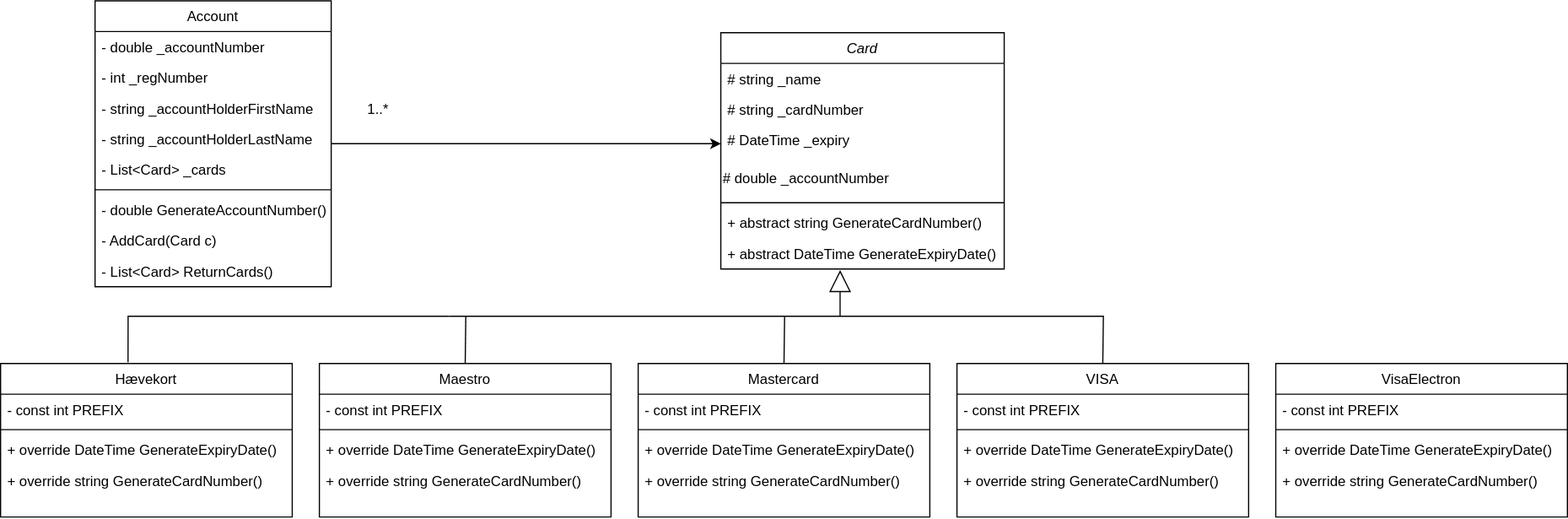
Earlier version of the draw.io export SOLID/MyBanker/bank.drawio.svg (rgammelby/H2). Source tidied: cells renumbered, new cells last; positions are measured from the earlier drawing's top-left corner, leaving out a move shared by most shapes.
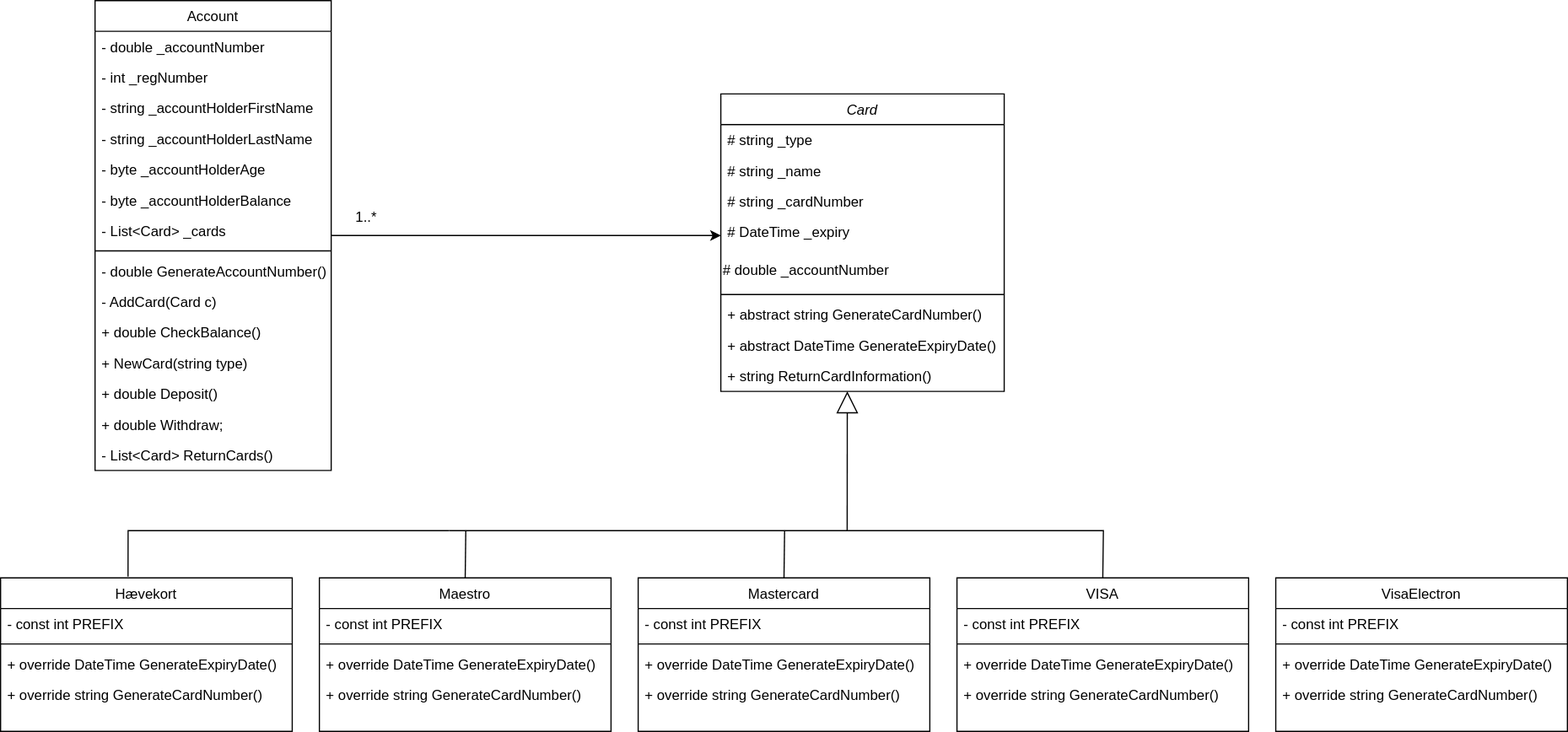
Later version of the same file.

Change to the diagram source:
```diff
@@ -3,29 +3,35 @@
     <mxCell id="0" />
     <mxCell id="1" parent="0" />
     <mxCell id="2" value="Card" style="swimlane;fontStyle=2;align=center;verticalAlign=top;horizontal=1;startSize=26;rounded=0;shadow=0;strokeWidth=1;" parent="1" vertex="1">
-      <mxGeometry x="610" y="27" width="240" height="200" as="geometry" />
+      <mxGeometry x="610" y="-103" width="240" height="252" as="geometry" />
     </mxCell>
+    <mxCell id="52" value="# string _type" style="text;align=left;verticalAlign=top;spacingLeft=4;spacingRight=4;overflow=hidden;" parent="2" vertex="1">
+      <mxGeometry y="26" width="240" height="26" as="geometry" />
+    </mxCell>
     <mxCell id="3" value="# string _name" style="text;align=left;verticalAlign=top;spacingLeft=4;spacingRight=4;overflow=hidden;" parent="2" vertex="1">
-      <mxGeometry y="26" width="240" height="26" as="geometry" />
+      <mxGeometry y="52" width="240" height="26" as="geometry" />
     </mxCell>
     <mxCell id="4" value="# string _cardNumber" style="text;align=left;verticalAlign=top;spacingLeft=4;spacingRight=4;overflow=hidden;rounded=0;shadow=0;html=0;" parent="2" vertex="1">
-      <mxGeometry y="52" width="240" height="26" as="geometry" />
+      <mxGeometry y="78" width="240" height="26" as="geometry" />
     </mxCell>
     <mxCell id="5" value="# DateTime _expiry&#10;&#10;" style="text;align=left;verticalAlign=top;spacingLeft=4;spacingRight=4;overflow=hidden;points=[[0,0.5],[1,0.5]];portConstraint=eastwest;rounded=0;shadow=0;html=0;" parent="2" vertex="1">
-      <mxGeometry y="78" width="240" height="32" as="geometry" />
+      <mxGeometry y="104" width="240" height="32" as="geometry" />
     </mxCell>
     <mxCell id="6" value="# double _accountNumber" style="text;whiteSpace=wrap;html=1;" parent="2" vertex="1">
-      <mxGeometry y="110" width="240" height="30" as="geometry" />
+      <mxGeometry y="136" width="240" height="30" as="geometry" />
     </mxCell>
     <mxCell id="7" style="line;html=1;strokeWidth=1;align=left;verticalAlign=middle;spacingTop=-1;spacingLeft=3;spacingRight=3;labelPosition=right;" parent="2" vertex="1">
-      <mxGeometry y="140" width="240" height="8" as="geometry" />
+      <mxGeometry y="166" width="240" height="8" as="geometry" />
     </mxCell>
     <mxCell id="8" value="+ abstract string GenerateCardNumber()" style="text;align=left;verticalAlign=top;spacingLeft=4;spacingRight=4;overflow=hidden;" parent="2" vertex="1">
-      <mxGeometry y="148" width="240" height="26" as="geometry" />
+      <mxGeometry y="174" width="240" height="26" as="geometry" />
     </mxCell>
     <mxCell id="9" value="+ abstract DateTime GenerateExpiryDate()" style="text;align=left;verticalAlign=top;spacingLeft=4;spacingRight=4;overflow=hidden;points=[[0,0.5],[1,0.5]];portConstraint=eastwest;" parent="2" vertex="1">
-      <mxGeometry y="174" width="240" height="26" as="geometry" />
+      <mxGeometry y="200" width="240" height="26" as="geometry" />
     </mxCell>
+    <mxCell id="53" value="+ string ReturnCardInformation()" style="text;align=left;verticalAlign=top;spacingLeft=4;spacingRight=4;overflow=hidden;" parent="2" vertex="1">
+      <mxGeometry y="226" width="240" height="26" as="geometry" />
+    </mxCell>
     <mxCell id="10" value="Hævekort" style="swimlane;fontStyle=0;align=center;verticalAlign=top;horizontal=1;startSize=26;rounded=0;shadow=0;strokeWidth=1;" parent="1" vertex="1">
       <mxGeometry y="307" width="247" height="130" as="geometry" />
     </mxCell>
@@ -45,7 +51,7 @@
       <mxGeometry relative="1" as="geometry" />
     </mxCell>
     <mxCell id="16" value="Account" style="swimlane;fontStyle=0;align=center;verticalAlign=top;horizontal=1;startSize=26;rounded=0;shadow=0;strokeWidth=1;" parent="1" vertex="1">
-      <mxGeometry x="80" width="200" height="242" as="geometry" />
+      <mxGeometry x="80" y="-182" width="200" height="398" as="geometry" />
     </mxCell>
     <mxCell id="17" value="- double _accountNumber" style="text;align=left;verticalAlign=top;spacingLeft=4;spacingRight=4;overflow=hidden;" parent="16" vertex="1">
       <mxGeometry y="26" width="200" height="26" as="geometry" />
@@ -59,24 +65,43 @@
     <mxCell id="20" value="- string _accountHolderLastName" style="text;align=left;verticalAlign=top;spacingLeft=4;spacingRight=4;overflow=hidden;rounded=0;shadow=0;html=0;" parent="16" vertex="1">
       <mxGeometry y="104" width="200" height="26" as="geometry" />
     </mxCell>
+    <mxCell id="54" value="- byte _accountHolderAge" style="text;align=left;verticalAlign=top;spacingLeft=4;spacingRight=4;overflow=hidden;rounded=0;shadow=0;html=0;" parent="16" vertex="1">
+      <mxGeometry y="130" width="200" height="26" as="geometry" />
+    </mxCell>
+    <mxCell id="55" value="- byte _accountHolderBalance" style="text;align=left;verticalAlign=top;spacingLeft=4;spacingRight=4;overflow=hidden;rounded=0;shadow=0;html=0;" parent="16" vertex="1">
+      <mxGeometry y="156" width="200" height="26" as="geometry" />
+    </mxCell>
     <mxCell id="21" value="- List&lt;Card&gt; _cards" style="text;align=left;verticalAlign=top;spacingLeft=4;spacingRight=4;overflow=hidden;rounded=0;shadow=0;html=0;" parent="16" vertex="1">
-      <mxGeometry y="130" width="200" height="26" as="geometry" />
+      <mxGeometry y="182" width="200" height="26" as="geometry" />
     </mxCell>
     <mxCell id="22" style="line;html=1;strokeWidth=1;align=left;verticalAlign=middle;spacingTop=-1;spacingLeft=3;spacingRight=3;labelPosition=right;" parent="16" vertex="1">
-      <mxGeometry y="156" width="200" height="8" as="geometry" />
+      <mxGeometry y="208" width="200" height="8" as="geometry" />
     </mxCell>
     <mxCell id="23" value="- double GenerateAccountNumber()" style="text;align=left;verticalAlign=top;spacingLeft=4;spacingRight=4;overflow=hidden;" parent="16" vertex="1">
-      <mxGeometry y="164" width="200" height="26" as="geometry" />
+      <mxGeometry y="216" width="200" height="26" as="geometry" />
     </mxCell>
     <mxCell id="24" value="- AddCard(Card c)" style="text;align=left;verticalAlign=top;spacingLeft=4;spacingRight=4;overflow=hidden;" parent="16" vertex="1">
-      <mxGeometry y="190" width="200" height="26" as="geometry" />
+      <mxGeometry y="242" width="200" height="26" as="geometry" />
     </mxCell>
+    <mxCell id="56" value="+ double CheckBalance()" style="text;align=left;verticalAlign=top;spacingLeft=4;spacingRight=4;overflow=hidden;" parent="16" vertex="1">
+      <mxGeometry y="268" width="200" height="26" as="geometry" />
+    </mxCell>
+    <mxCell id="57" value="+ NewCard(string type)" style="text;align=left;verticalAlign=top;spacingLeft=4;spacingRight=4;overflow=hidden;" parent="16" vertex="1">
+      <mxGeometry y="294" width="200" height="26" as="geometry" />
+    </mxCell>
+    <mxCell id="58" value="+ double Deposit()" style="text;align=left;verticalAlign=top;spacingLeft=4;spacingRight=4;overflow=hidden;" parent="16" vertex="1">
+      <mxGeometry y="320" width="200" height="26" as="geometry" />
+    </mxCell>
+    <mxCell id="59" value="+ double Withdraw;" style="text;align=left;verticalAlign=top;spacingLeft=4;spacingRight=4;overflow=hidden;" parent="16" vertex="1">
+      <mxGeometry y="346" width="200" height="26" as="geometry" />
+    </mxCell>
     <mxCell id="25" value="- List&lt;Card&gt; ReturnCards()" style="text;align=left;verticalAlign=top;spacingLeft=4;spacingRight=4;overflow=hidden;" parent="16" vertex="1">
-      <mxGeometry y="216" width="200" height="26" as="geometry" />
+      <mxGeometry y="372" width="200" height="26" as="geometry" />
     </mxCell>
-    <mxCell id="26" style="endArrow=block;endSize=16;endFill=0;html=1;rounded=0;entryX=0.421;entryY=1.038;entryDx=0;entryDy=0;entryPerimeter=0;" parent="1" edge="1" target="9">
+    <mxCell id="26" style="endArrow=block;endSize=16;endFill=0;html=1;rounded=0;" parent="1" edge="1">
       <mxGeometry relative="1" as="geometry">
-        <mxPoint x="711" y="267" as="sourcePoint" />
+        <mxPoint x="717" y="267" as="sourcePoint" />
+        <mxPoint x="717.1" y="149" as="targetPoint" />
       </mxGeometry>
     </mxCell>
     <mxCell id="27" value="Mastercard" style="swimlane;fontStyle=0;align=center;verticalAlign=top;horizontal=1;startSize=26;rounded=0;shadow=0;strokeWidth=1;" parent="1" vertex="1">
@@ -125,7 +150,7 @@
       <mxGeometry y="86" width="247" height="26" as="geometry" />
     </mxCell>
     <mxCell id="42" value="1..*" style="text;html=1;align=center;verticalAlign=middle;whiteSpace=wrap;rounded=0;" parent="1" vertex="1">
-      <mxGeometry x="290" y="77" width="60" height="30" as="geometry" />
+      <mxGeometry x="280" y="-13" width="60" height="30" as="geometry" />
     </mxCell>
     <mxCell id="43" value="Maestro" style="swimlane;fontStyle=0;align=center;verticalAlign=top;horizontal=1;startSize=26;rounded=0;shadow=0;strokeWidth=1;" parent="1" vertex="1">
       <mxGeometry x="270" y="307" width="247" height="130" as="geometry" />
```
